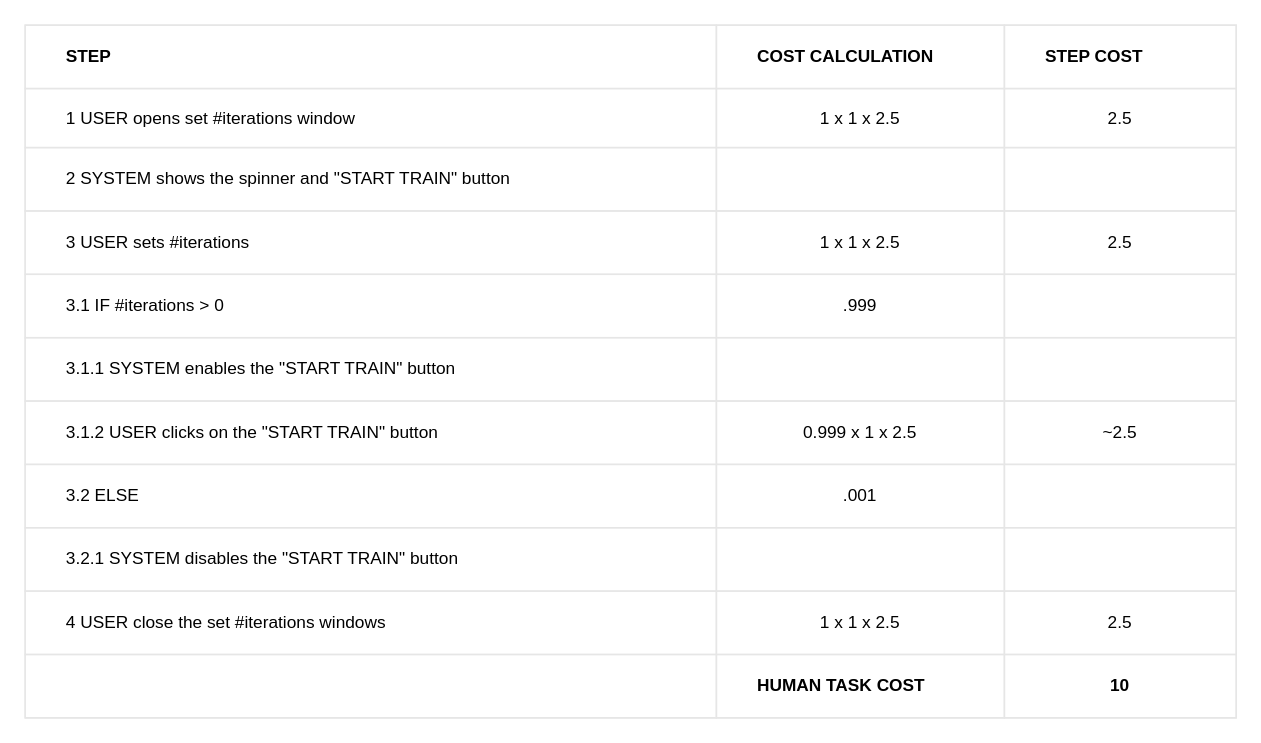
The draw.io diagram set iteration (Bello)/set_#iterations_table.drawio in BaffoBello14/AutomaticDamagesRecognition, before the edit. Source tidied: cells renumbered, new cells numbered last; positions are measured from the earlier drawing's top-left corner, leaving out a move shared by most shapes. Both pictures are drawn from the tidied source at 144%, with x=0, y=0 at pixel (24, 24).
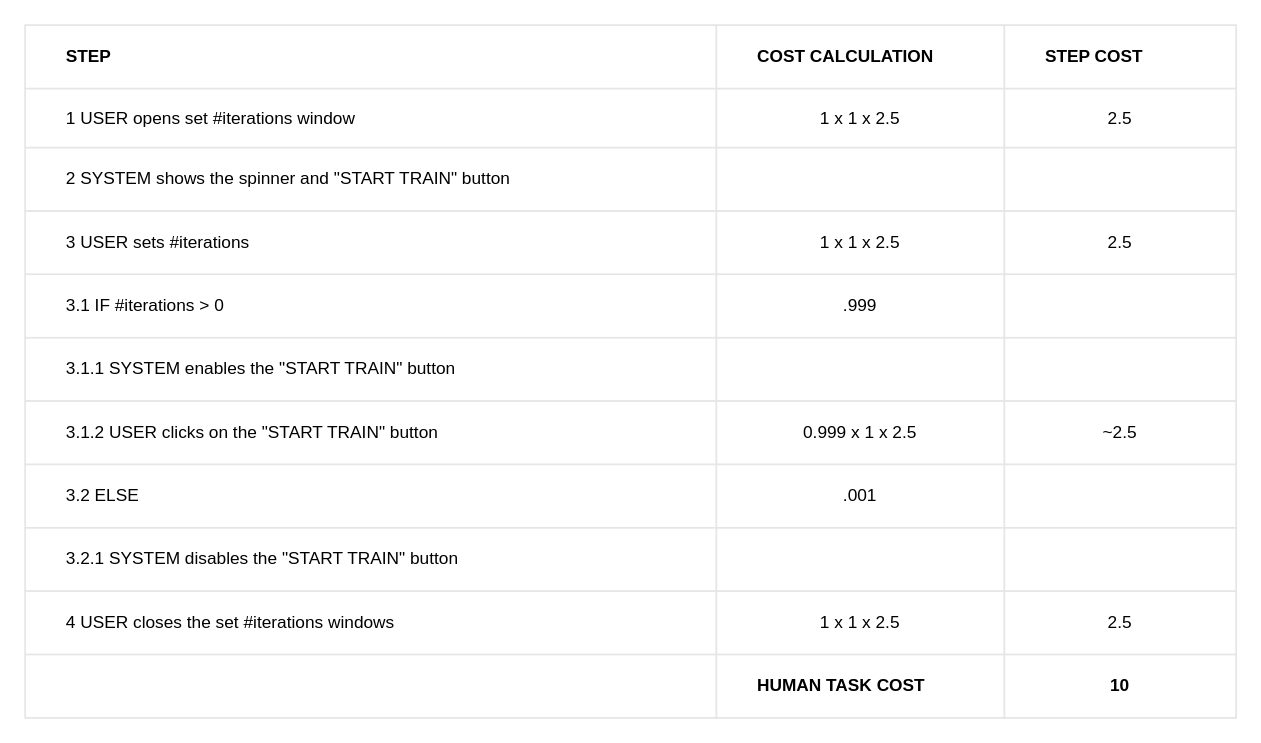
Above is the later version.

The change refers to these unchanged cells:
```xml
<mxCell id="39" style="shape=tableRow;horizontal=0;startSize=0;swimlaneHead=0;swimlaneBody=0;top=0;left=0;bottom=0;right=0;fontStyle=0;fillColor=none;strokeColor=inherit;" parent="2" vertex="1">
  <mxGeometry y="393" width="841" height="44" as="geometry" />
</mxCell>
```

What changed in the source:
```diff
@@
-    <mxCell id="40" value="&lt;span style=&quot;white-space: pre;&quot;&gt;&#9;&lt;/span&gt;4 USER close the set #iterations windows" style="strokeColor=inherit;fillColor=none;align=left;whiteSpace=wrap;html=1;" parent="39" vertex="1">
+    <mxCell id="40" value="&lt;span style=&quot;white-space: pre;&quot;&gt;&#9;&lt;/span&gt;4 USER closes the set #iterations windows" style="strokeColor=inherit;fillColor=none;align=left;whiteSpace=wrap;html=1;" parent="39" vertex="1">
       <mxGeometry width="480" height="44" as="geometry" />
     </mxCell>
```
